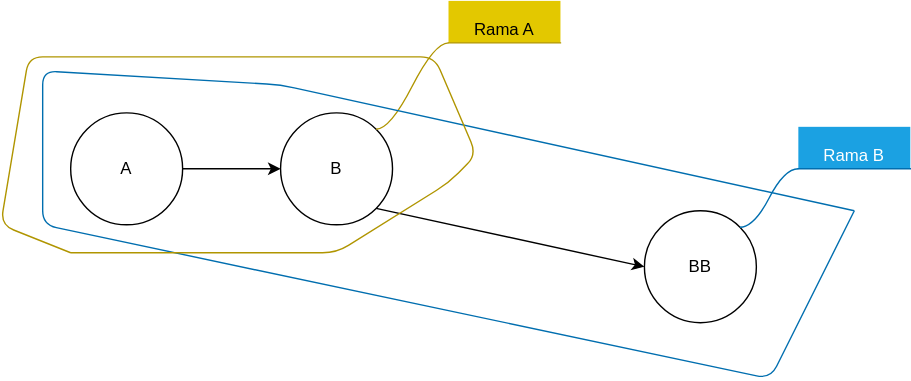
This is resources/branch3.svg from Calcoph/aprende-git, a draw.io export, as it was before one commit. Source tidied: cells renumbered, new cells last; positions are measured from the earlier drawing's top-left corner, leaving out a move shared by most shapes. Source of this version:
```xml
<mxGraphModel>
  <root>
    <mxCell id="0" />
    <mxCell id="1" parent="0" />
    <mxCell id="2" style="edgeStyle=none;html=1;" parent="1" edge="1" source="3" target="5">
      <mxGeometry relative="1" as="geometry" />
    </mxCell>
    <mxCell id="3" value="A" style="ellipse;whiteSpace=wrap;html=1;" parent="1" vertex="1">
      <mxGeometry x="50" y="80" width="80" height="80" as="geometry" />
    </mxCell>
    <mxCell id="4" style="edgeStyle=none;html=1;exitX=1;exitY=1;exitDx=0;exitDy=0;entryX=0;entryY=0.5;entryDx=0;entryDy=0;" parent="1" edge="1" source="5" target="6">
      <mxGeometry relative="1" as="geometry" />
    </mxCell>
    <mxCell id="5" value="B" style="ellipse;whiteSpace=wrap;html=1;" parent="1" vertex="1">
      <mxGeometry x="200" y="80" width="80" height="80" as="geometry" />
    </mxCell>
    <mxCell id="6" value="BB" style="ellipse;whiteSpace=wrap;html=1;" parent="1" vertex="1">
      <mxGeometry x="460" y="150" width="80" height="80" as="geometry" />
    </mxCell>
    <mxCell id="7" value="Rama A" style="whiteSpace=wrap;html=1;shape=partialRectangle;top=0;left=0;bottom=1;right=0;points=[[0,1],[1,1]];fillColor=#e3c800;align=center;verticalAlign=bottom;routingCenterY=0.5;snapToPoint=1;newEdgeStyle={&quot;edgeStyle&quot;:&quot;entityRelationEdgeStyle&quot;,&quot;startArrow&quot;:&quot;none&quot;,&quot;endArrow&quot;:&quot;none&quot;,&quot;segment&quot;:10,&quot;curved&quot;:1,&quot;sourcePerimeterSpacing&quot;:0,&quot;targetPerimeterSpacing&quot;:0};fontColor=#000000;strokeColor=#B09500;" parent="1" vertex="1">
      <mxGeometry x="320" width="80" height="30" as="geometry" />
    </mxCell>
    <mxCell id="8" style="edgeStyle=entityRelationEdgeStyle;startArrow=none;endArrow=none;segment=10;curved=1;sourcePerimeterSpacing=0;targetPerimeterSpacing=0;exitX=1;exitY=0;exitDx=0;exitDy=0;fillColor=#e3c800;strokeColor=#B09500;" parent="1" edge="1" source="5" target="7">
      <mxGeometry relative="1" as="geometry" />
    </mxCell>
    <mxCell id="9" value="Rama B" style="whiteSpace=wrap;html=1;shape=partialRectangle;top=0;left=0;bottom=1;right=0;points=[[0,1],[1,1]];fillColor=#1ba1e2;align=center;verticalAlign=bottom;routingCenterY=0.5;snapToPoint=1;newEdgeStyle={&quot;edgeStyle&quot;:&quot;entityRelationEdgeStyle&quot;,&quot;startArrow&quot;:&quot;none&quot;,&quot;endArrow&quot;:&quot;none&quot;,&quot;segment&quot;:10,&quot;curved&quot;:1,&quot;sourcePerimeterSpacing&quot;:0,&quot;targetPerimeterSpacing&quot;:0};fontColor=#ffffff;strokeColor=#006EAF;" parent="1" vertex="1">
      <mxGeometry x="570" y="90" width="80" height="30" as="geometry" />
    </mxCell>
    <mxCell id="10" style="edgeStyle=entityRelationEdgeStyle;startArrow=none;endArrow=none;segment=10;curved=1;sourcePerimeterSpacing=0;targetPerimeterSpacing=0;exitX=1;exitY=0;exitDx=0;exitDy=0;fillColor=#1ba1e2;strokeColor=#006EAF;" parent="1" edge="1" source="6" target="9">
      <mxGeometry relative="1" as="geometry" />
    </mxCell>
    <mxCell id="11" style="endArrow=none;html=1;fillColor=#1ba1e2;strokeColor=#006EAF;" parent="1" edge="1">
      <mxGeometry relative="1" as="geometry">
        <mxPoint x="610" y="150" as="sourcePoint" />
        <mxPoint x="610" y="150" as="targetPoint" />
        <Array as="points">
          <mxPoint x="200" y="60" />
          <mxPoint x="30" y="50" />
          <mxPoint x="30" y="160" />
          <mxPoint x="550" y="270" />
        </Array>
      </mxGeometry>
    </mxCell>
    <mxCell id="12" style="endArrow=none;html=1;fillColor=#e3c800;strokeColor=#B09500;" parent="1" edge="1">
      <mxGeometry relative="1" as="geometry">
        <mxPoint x="50" y="180" as="sourcePoint" />
        <mxPoint x="50" y="180" as="targetPoint" />
        <Array as="points">
          <mxPoint x="240" y="180" />
          <mxPoint x="320" y="130" />
          <mxPoint x="340" y="110" />
          <mxPoint x="310" y="40" />
          <mxPoint x="260" y="40" />
          <mxPoint x="120" y="40" />
          <mxPoint x="20" y="40" />
          <mxPoint y="160" />
        </Array>
      </mxGeometry>
    </mxCell>
  </root>
</mxGraphModel>
```
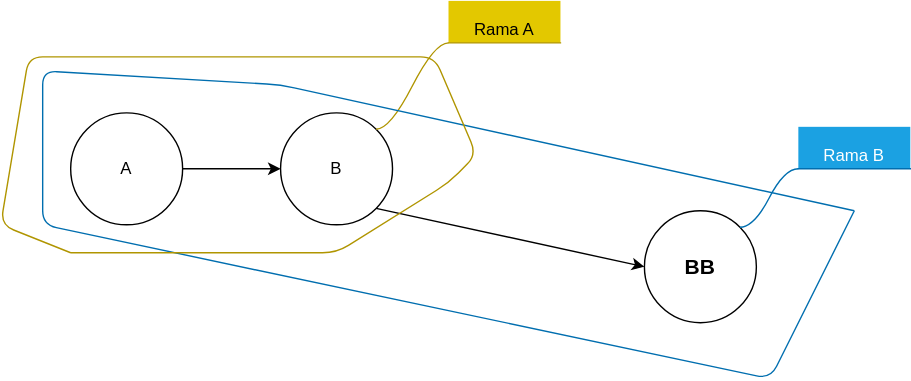
The same diagram one commit later.

The edit, as a diff of the source:
```diff
@@ -14,7 +14,7 @@
     <mxCell id="5" value="B" style="ellipse;whiteSpace=wrap;html=1;" parent="1" vertex="1">
       <mxGeometry x="200" y="80" width="80" height="80" as="geometry" />
     </mxCell>
-    <mxCell id="6" value="BB" style="ellipse;whiteSpace=wrap;html=1;" parent="1" vertex="1">
+    <mxCell id="6" value="BB" style="ellipse;whiteSpace=wrap;html=1;fontStyle=1;fontSize=15;" parent="1" vertex="1">
       <mxGeometry x="460" y="150" width="80" height="80" as="geometry" />
     </mxCell>
     <mxCell id="7" value="Rama A" style="whiteSpace=wrap;html=1;shape=partialRectangle;top=0;left=0;bottom=1;right=0;points=[[0,1],[1,1]];fillColor=#e3c800;align=center;verticalAlign=bottom;routingCenterY=0.5;snapToPoint=1;newEdgeStyle={&quot;edgeStyle&quot;:&quot;entityRelationEdgeStyle&quot;,&quot;startArrow&quot;:&quot;none&quot;,&quot;endArrow&quot;:&quot;none&quot;,&quot;segment&quot;:10,&quot;curved&quot;:1,&quot;sourcePerimeterSpacing&quot;:0,&quot;targetPerimeterSpacing&quot;:0};fontColor=#000000;strokeColor=#B09500;" parent="1" vertex="1">
```
